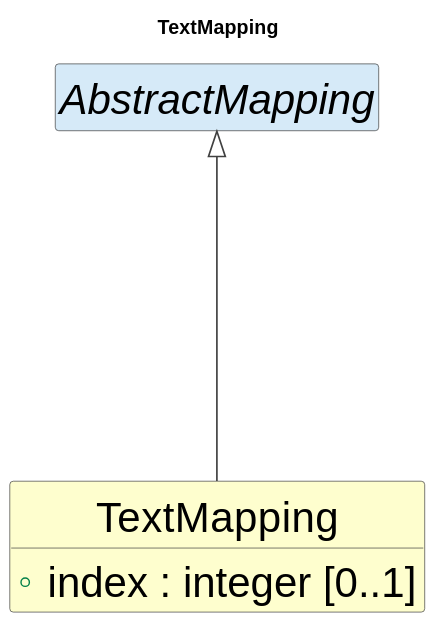
Before: cdif-uml-model/_plantuml/cdifDataDescription/Classes/TextMapping.svg, a diagram exported from PlantUML (Cross-Domain-Interoperability-Framework/metadataBuildingBlocks).
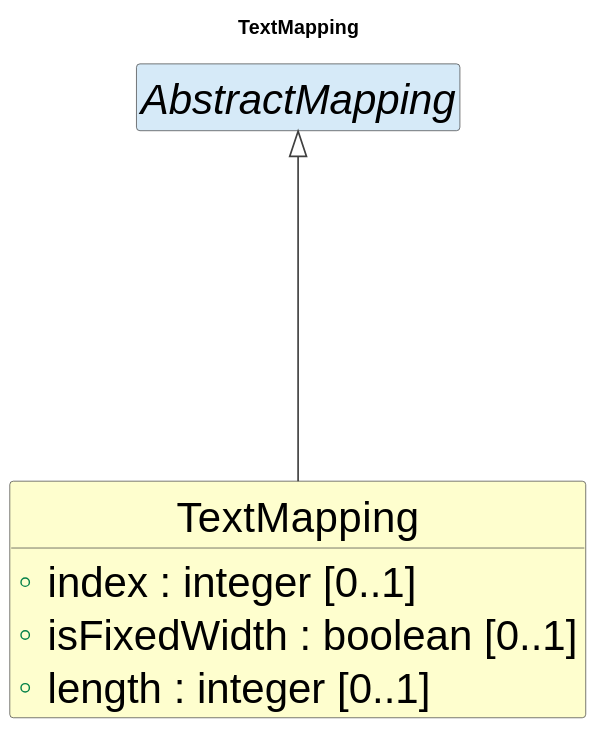
Above is the later version.

What changed in the source:
```diff
@@ -16,6 +16,8 @@
 
 class "TextMapping" as TextMapping #FEFECE {
   +index : integer [0..1]
+  +isFixedWidth : boolean [0..1]
+  +length : integer [0..1]
 }
 abstract class "AbstractMapping" as AbstractMapping #D6EAF8
 AbstractMapping <|-- TextMapping
```
